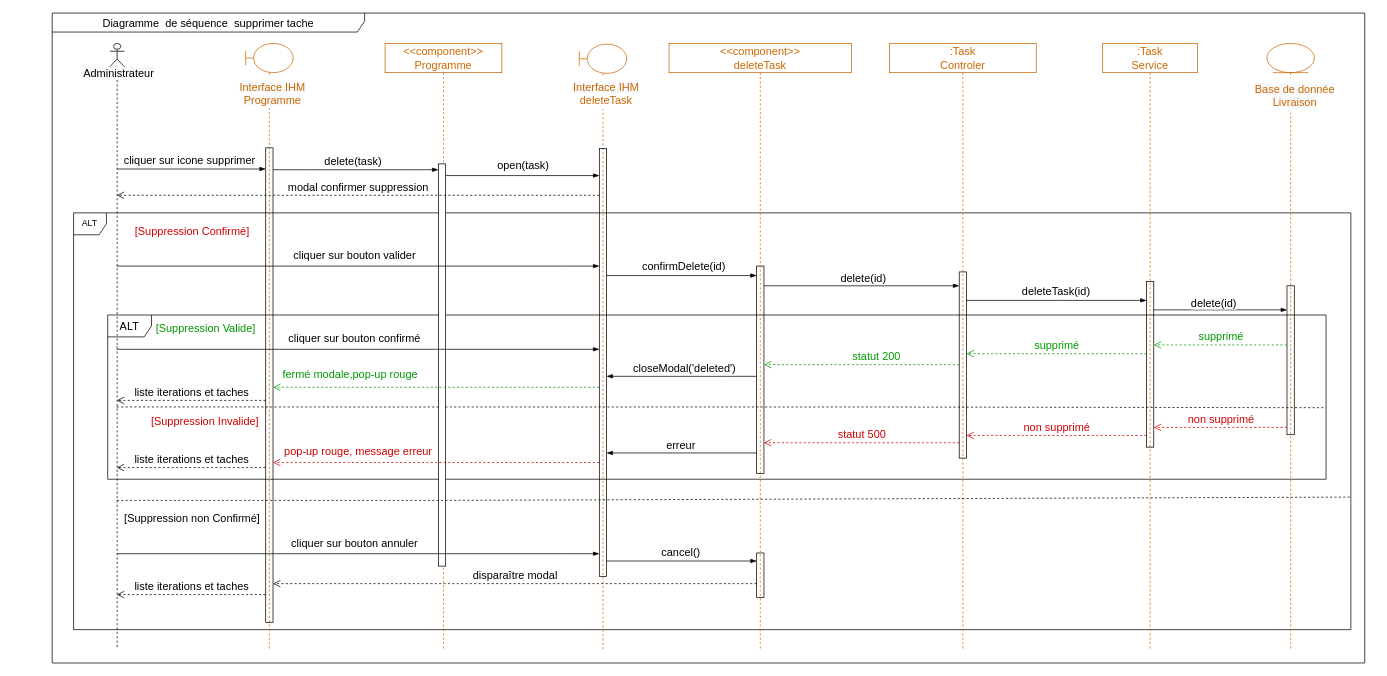
The draw.io diagram page "Page-2" (2 of 2) of Delivery/Iteration&taskDiagrammeSequence.drawio in ZidiMedAmine/UML, before the edit. Source tidied: cells renumbered, new cells numbered last; positions are measured from the earlier drawing's top-left corner, leaving out a move shared by most shapes. Both pictures are drawn from the tidied source at 73%, with x=0, y=0 at pixel (12, 12).
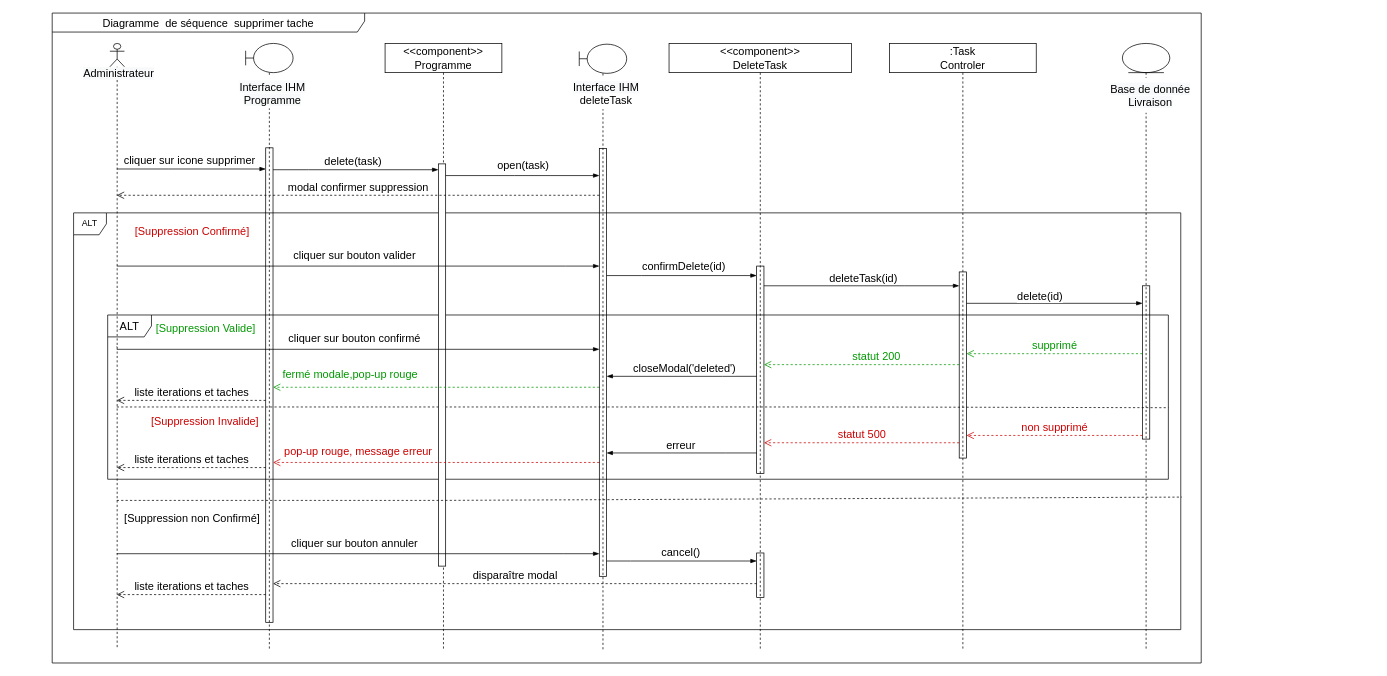
The same diagram, later.

The change refers to these unchanged cells:
```xml
<mxCell id="3" style="group;" parent="1" vertex="1">
  <mxGeometry y="10" width="1866" height="873" as="geometry" />
</mxCell>
<mxCell id="11" style="html=1;points=[];perimeter=orthogonalPerimeter;rounded=0;shadow=0;glass=0;sketch=0;fontSize=15;fillColor=none;" parent="10" vertex="1">
  <mxGeometry x="95.5" y="313" width="10" height="255" as="geometry" />
</mxCell>
<mxCell id="13" style="shape=umlLifeline;participant=umlActor;perimeter=lifelinePerimeter;whiteSpace=wrap;html=1;verticalAlign=top;spacingTop=36;outlineConnect=0;fillColor=none;size=32;sketch=0;shadow=0;rounded=0;glass=0;" parent="1" vertex="1">
  <mxGeometry x="133" y="42" width="20" height="830" as="geometry" />
</mxCell>
<mxCell id="52" style="edgeStyle=elbowEdgeStyle;fontSize=12;html=1;endArrow=blockThin;endFill=1;rounded=0;fontColor=#000000;" parent="1" edge="1" source="7" target="11">
  <mxGeometry relative="1" as="geometry">
    <Array as="points">
      <mxPoint x="1222" y="374" />
      <mxPoint x="1245" y="413" />
    </Array>
  </mxGeometry>
</mxCell>
```

What changed in the source:
```diff
@@
     <mxCell id="2" value="Diagramme&amp;nbsp; de séquence&amp;nbsp;&amp;nbsp;&lt;span style=&quot;font-size: 11.5pt; line-height: 150%; font-family: Helvetica, sans-serif; background: white;&quot;&gt;supprimer&amp;nbsp;&lt;/span&gt;tache" style="shape=umlFrame;whiteSpace=wrap;html=1;rounded=0;shadow=0;glass=0;sketch=0;fontSize=15;fillColor=none;width=428;height=26;" parent="1" vertex="1">
-      <mxGeometry x="54" y="0.4" width="1798" height="890.3" as="geometry" />
+      <mxGeometry x="54" y="0.4" width="1574" height="890.3" as="geometry" />
     </mxCell>
@@
     <mxCell id="4" value="ALT" style="shape=umlFrame;whiteSpace=wrap;html=1;width=45;height=30;" parent="3" vertex="1">
-      <mxGeometry x="83.3" y="264.1" width="1749.7" height="570.9" as="geometry" />
+      <mxGeometry x="83.3" y="264.1" width="1516.7" height="570.9" as="geometry" />
     </mxCell>
@@
     <mxCell id="9" value="ALT" style="shape=umlFrame;whiteSpace=wrap;html=1;fontSize=15;fontColor=#000000;fillColor=none;" parent="1" vertex="1">
-      <mxGeometry x="130" y="414" width="1669" height="225" as="geometry" />
+      <mxGeometry x="130" y="414" width="1453" height="225" as="geometry" />
     </mxCell>
-    <mxCell id="10" value=":Task&lt;br&gt;Controler" style="shape=umlLifeline;perimeter=lifelinePerimeter;whiteSpace=wrap;html=1;rounded=0;shadow=0;glass=0;sketch=0;fillColor=none;fontSize=15;fontColor=#CC6600;strokeColor=#CC6600;" parent="1" vertex="1">
+    <mxCell id="10" value=":Task&lt;br&gt;Controler" style="shape=umlLifeline;perimeter=lifelinePerimeter;whiteSpace=wrap;html=1;rounded=0;shadow=0;glass=0;sketch=0;fillColor=none;fontSize=15;fontColor=default;strokeColor=default;" parent="1" vertex="1">
       <mxGeometry x="1201" y="42" width="201" height="830" as="geometry" />
     </mxCell>
@@
     <mxCell id="12" style="rounded=0;jettySize=auto;html=1;fontSize=15;fontColor=#000000;strokeColor=#000000;endArrow=none;endFill=0;dashed=1;" parent="1" edge="1" source="13">
       <mxGeometry relative="1" as="geometry">
-        <mxPoint x="1799" y="541" as="targetPoint" />
+        <mxPoint x="1583" y="541" as="targetPoint" />
         <Array as="points">
           <mxPoint x="1160" y="540" />
         </Array>
       </mxGeometry>
     </mxCell>
@@
-    <mxCell id="15" value=":Task&lt;br&gt;Service" style="shape=umlLifeline;perimeter=lifelinePerimeter;whiteSpace=wrap;html=1;rounded=0;shadow=0;glass=0;sketch=0;fillColor=none;fontSize=15;fontColor=#CC6600;strokeColor=#CC6600;" parent="1" vertex="1">
-      <mxGeometry x="1493" y="42" width="130" height="830" as="geometry" />
-    </mxCell>
-    <mxCell id="16" style="html=1;points=[];perimeter=orthogonalPerimeter;rounded=0;shadow=0;glass=0;sketch=0;fontSize=15;fillColor=none;" parent="15" vertex="1">
-      <mxGeometry x="60" y="326" width="10" height="227" as="geometry" />
-    </mxCell>
-    <mxCell id="17" style="shape=umlLifeline;participant=umlEntity;perimeter=lifelinePerimeter;whiteSpace=wrap;html=1;verticalAlign=top;spacingTop=36;rounded=0;shadow=0;glass=0;sketch=0;fontSize=15;fillColor=none;fontColor=#CC6600;strokeColor=#CC6600;" parent="1" vertex="1">
-      <mxGeometry x="1718" y="42" width="65" height="830" as="geometry" />
+    <mxCell id="17" style="shape=umlLifeline;participant=umlEntity;perimeter=lifelinePerimeter;whiteSpace=wrap;html=1;verticalAlign=top;spacingTop=36;rounded=0;shadow=0;glass=0;sketch=0;fontSize=15;fillColor=none;fontColor=default;strokeColor=default;" parent="1" vertex="1">
+      <mxGeometry x="1520" y="42" width="65" height="830" as="geometry" />
     </mxCell>
     <mxCell id="18" style="html=1;points=[];perimeter=orthogonalPerimeter;rounded=0;shadow=0;glass=0;sketch=0;fontSize=15;fillColor=none;" parent="17" vertex="1">
-      <mxGeometry x="27.5" y="332" width="10" height="204" as="geometry" />
+      <mxGeometry x="27.5" y="332" width="10" height="210" as="geometry" />
     </mxCell>
-    <mxCell id="19" value="&lt;span style=&quot;font-family: Helvetica; font-size: 15px; font-style: normal; font-variant-ligatures: normal; font-variant-caps: normal; font-weight: 400; letter-spacing: normal; orphans: 2; text-indent: 0px; text-transform: none; widows: 2; word-spacing: 0px; -webkit-text-stroke-width: 0px; background-color: rgb(248, 249, 250); text-decoration-thickness: initial; text-decoration-style: initial; text-decoration-color: initial; float: none; display: inline !important;&quot;&gt;Base de donnée&lt;br&gt;Livraison&lt;br&gt;&lt;/span&gt;" style="text;whiteSpace=wrap;html=1;fontSize=15;align=center;fillColor=default;fontColor=#CC6600;" parent="17" vertex="1">
+    <mxCell id="19" value="&lt;span style=&quot;font-family: Helvetica; font-size: 15px; font-style: normal; font-variant-ligatures: normal; font-variant-caps: normal; font-weight: 400; letter-spacing: normal; orphans: 2; text-indent: 0px; text-transform: none; widows: 2; word-spacing: 0px; -webkit-text-stroke-width: 0px; background-color: rgb(248, 249, 250); text-decoration-thickness: initial; text-decoration-style: initial; text-decoration-color: initial; float: none; display: inline !important;&quot;&gt;Base de donnée&lt;br&gt;Livraison&lt;br&gt;&lt;/span&gt;" style="text;whiteSpace=wrap;html=1;fontSize=15;align=center;fillColor=default;fontColor=default;" parent="17" vertex="1">
       <mxGeometry x="-21" y="47" width="119" height="48" as="geometry" />
     </mxCell>
-    <mxCell id="20" style="shape=umlLifeline;participant=umlBoundary;perimeter=lifelinePerimeter;whiteSpace=wrap;html=1;verticalAlign=top;spacingTop=36;rounded=0;shadow=0;glass=0;sketch=0;fontSize=15;fillColor=none;fontColor=#CC6600;strokeColor=#CC6600;" parent="1" vertex="1">
+    <mxCell id="20" style="shape=umlLifeline;participant=umlBoundary;perimeter=lifelinePerimeter;whiteSpace=wrap;html=1;verticalAlign=top;spacingTop=36;rounded=0;shadow=0;glass=0;sketch=0;fontSize=15;fillColor=none;fontColor=#CC6600;strokeColor=default;" parent="1" vertex="1">
       <mxGeometry x="319" y="42" width="65" height="830" as="geometry" />
     </mxCell>
-    <mxCell id="21" value="&lt;span style=&quot;font-family: Helvetica; font-size: 15px; font-style: normal; font-variant-ligatures: normal; font-variant-caps: normal; font-weight: 400; letter-spacing: normal; orphans: 2; text-indent: 0px; text-transform: none; widows: 2; word-spacing: 0px; -webkit-text-stroke-width: 0px; background-color: rgb(248, 249, 250); text-decoration-thickness: initial; text-decoration-style: initial; text-decoration-color: initial; float: none; display: inline !important;&quot;&gt;Interface IHM&lt;/span&gt;&lt;br style=&quot;font-family: Helvetica; font-size: 15px; font-style: normal; font-variant-ligatures: normal; font-variant-caps: normal; font-weight: 400; letter-spacing: normal; orphans: 2; text-indent: 0px; text-transform: none; widows: 2; word-spacing: 0px; -webkit-text-stroke-width: 0px; background-color: rgb(248, 249, 250); text-decoration-thickness: initial; text-decoration-style: initial; text-decoration-color: initial;&quot;&gt;&lt;span style=&quot;font-family: Helvetica; font-size: 15px; font-style: normal; font-variant-ligatures: normal; font-variant-caps: normal; font-weight: 400; letter-spacing: normal; orphans: 2; text-indent: 0px; text-transform: none; widows: 2; word-spacing: 0px; -webkit-text-stroke-width: 0px; background-color: rgb(248, 249, 250); text-decoration-thickness: initial; text-decoration-style: initial; text-decoration-color: initial; float: none; display: inline !important;&quot;&gt;Programme&lt;/span&gt;" style="text;whiteSpace=wrap;html=1;fontSize=15;align=center;fillColor=default;fontColor=#CC6600;" parent="20" vertex="1">
+    <mxCell id="21" value="&lt;span style=&quot;font-family: Helvetica; font-size: 15px; font-style: normal; font-variant-ligatures: normal; font-variant-caps: normal; font-weight: 400; letter-spacing: normal; orphans: 2; text-indent: 0px; text-transform: none; widows: 2; word-spacing: 0px; -webkit-text-stroke-width: 0px; background-color: rgb(248, 249, 250); text-decoration-thickness: initial; text-decoration-style: initial; text-decoration-color: initial; float: none; display: inline !important;&quot;&gt;Interface IHM&lt;/span&gt;&lt;br style=&quot;font-family: Helvetica; font-size: 15px; font-style: normal; font-variant-ligatures: normal; font-variant-caps: normal; font-weight: 400; letter-spacing: normal; orphans: 2; text-indent: 0px; text-transform: none; widows: 2; word-spacing: 0px; -webkit-text-stroke-width: 0px; background-color: rgb(248, 249, 250); text-decoration-thickness: initial; text-decoration-style: initial; text-decoration-color: initial;&quot;&gt;&lt;span style=&quot;font-family: Helvetica; font-size: 15px; font-style: normal; font-variant-ligatures: normal; font-variant-caps: normal; font-weight: 400; letter-spacing: normal; orphans: 2; text-indent: 0px; text-transform: none; widows: 2; word-spacing: 0px; -webkit-text-stroke-width: 0px; background-color: rgb(248, 249, 250); text-decoration-thickness: initial; text-decoration-style: initial; text-decoration-color: initial; float: none; display: inline !important;&quot;&gt;Programme&lt;/span&gt;" style="text;whiteSpace=wrap;html=1;fontSize=15;align=center;fillColor=default;fontColor=default;" parent="20" vertex="1">
       <mxGeometry x="-24" y="44" width="122" height="45" as="geometry" />
     </mxCell>
@@
-    <mxCell id="25" style="edgeStyle=elbowEdgeStyle;fontSize=12;html=1;endArrow=blockThin;endFill=1;rounded=0;" parent="1" edge="1" source="11" target="16">
-      <mxGeometry relative="1" as="geometry">
-        <Array as="points">
-          <mxPoint x="1434" y="394" />
-          <mxPoint x="1424" y="450" />
-          <mxPoint x="1399" y="241" />
-          <mxPoint x="1248" y="226" />
-          <mxPoint x="1173" y="255" />
-        </Array>
-      </mxGeometry>
-    </mxCell>
-    <mxCell id="26" value="deleteTask(id)" style="edgeLabel;html=1;align=center;verticalAlign=middle;fontSize=15;" parent="25" vertex="1">
-      <mxGeometry x="0.12" relative="1" as="geometry">
-        <mxPoint x="-16" y="-14" as="offset" />
-      </mxGeometry>
-    </mxCell>
-    <mxCell id="27" style="edgeStyle=elbowEdgeStyle;fontSize=12;html=1;endArrow=blockThin;endFill=1;rounded=0;" parent="1" edge="1" source="16" target="18">
+    <mxCell id="27" style="edgeStyle=elbowEdgeStyle;fontSize=12;html=1;endArrow=blockThin;endFill=1;rounded=0;" parent="1" edge="1" source="11" target="18">
       <mxGeometry relative="1" as="geometry">
         <Array as="points">
-          <mxPoint x="1739" y="407" />
+          <mxPoint x="1432" y="398" />
           <mxPoint x="1706" y="464" />
           <mxPoint x="1615" y="475" />
           <mxPoint x="1412" y="251" />
         </Array>
       </mxGeometry>
     </mxCell>
@@
-    <mxCell id="29" value="&lt;font color=&quot;#009900&quot;&gt;supprimé&lt;/font&gt;" style="html=1;verticalAlign=bottom;endArrow=open;dashed=1;endSize=8;rounded=0;fontSize=15;strokeColor=#009900;" parent="1" edge="1" source="18" target="16">
-      <mxGeometry relative="1" as="geometry">
-        <Array as="points">
-          <mxPoint x="1720" y="455" />
-        </Array>
-      </mxGeometry>
-    </mxCell>
-    <mxCell id="30" value="&lt;span style=&quot;color: rgb(0, 153, 0);&quot;&gt;supprimé&lt;/span&gt;" style="html=1;verticalAlign=bottom;endArrow=open;dashed=1;endSize=8;rounded=0;fontSize=15;strokeColor=#009900;" parent="1" edge="1" source="16" target="11">
+    <mxCell id="30" value="&lt;span style=&quot;color: rgb(0, 153, 0);&quot;&gt;supprimé&lt;/span&gt;" style="html=1;verticalAlign=bottom;endArrow=open;dashed=1;endSize=8;rounded=0;fontSize=15;strokeColor=#009900;" parent="1" edge="1" source="18" target="11">
       <mxGeometry relative="1" as="geometry">
         <Array as="points">
           <mxPoint x="1506" y="467" />
         </Array>
       </mxGeometry>
     </mxCell>
-    <mxCell id="31" value="&amp;lt;&amp;lt;component&amp;gt;&amp;gt;&lt;br&gt;Programme" style="shape=umlLifeline;perimeter=lifelinePerimeter;whiteSpace=wrap;html=1;rounded=0;shadow=0;glass=0;sketch=0;fillColor=none;fontSize=15;fontColor=#CC6600;strokeColor=#CC6600;" parent="1" vertex="1">
+    <mxCell id="31" value="&amp;lt;&amp;lt;component&amp;gt;&amp;gt;&lt;br&gt;Programme" style="shape=umlLifeline;perimeter=lifelinePerimeter;whiteSpace=wrap;html=1;rounded=0;shadow=0;glass=0;sketch=0;fillColor=none;fontSize=15;fontColor=default;strokeColor=default;" parent="1" vertex="1">
       <mxGeometry x="510" y="42" width="160" height="830" as="geometry" />
     </mxCell>
@@
-    <mxCell id="37" value="&lt;font color=&quot;#cc0000&quot;&gt;non supprimé&lt;/font&gt;" style="html=1;verticalAlign=bottom;endArrow=open;dashed=1;endSize=8;rounded=0;fontSize=15;fontColor=#000000;strokeColor=#CC0000;" parent="1" edge="1" source="18" target="16">
-      <mxGeometry relative="1" as="geometry">
-        <Array as="points">
-          <mxPoint x="1726" y="568" />
-        </Array>
-      </mxGeometry>
-    </mxCell>
-    <mxCell id="38" value="&lt;span style=&quot;color: rgb(204, 0, 0);&quot;&gt;non supprimé&lt;/span&gt;" style="html=1;verticalAlign=bottom;endArrow=open;dashed=1;endSize=8;rounded=0;fontSize=15;fontColor=#000000;strokeColor=#CC0000;" parent="1" edge="1" source="16" target="11">
+    <mxCell id="38" value="&lt;span style=&quot;color: rgb(204, 0, 0);&quot;&gt;non supprimé&lt;/span&gt;" style="html=1;verticalAlign=bottom;endArrow=open;dashed=1;endSize=8;rounded=0;fontSize=15;fontColor=#000000;strokeColor=#CC0000;" parent="1" edge="1" source="18" target="11">
       <mxGeometry relative="1" as="geometry">
         <Array as="points">
           <mxPoint x="1516" y="579" />
         </Array>
       </mxGeometry>
     </mxCell>
@@
-    <mxCell id="42" style="shape=umlLifeline;participant=umlBoundary;perimeter=lifelinePerimeter;whiteSpace=wrap;html=1;verticalAlign=top;spacingTop=36;rounded=0;shadow=0;glass=0;sketch=0;fontSize=15;fillColor=none;fontColor=#CC6600;strokeColor=#CC6600;" parent="1" vertex="1">
+    <mxCell id="42" style="shape=umlLifeline;participant=umlBoundary;perimeter=lifelinePerimeter;whiteSpace=wrap;html=1;verticalAlign=top;spacingTop=36;rounded=0;shadow=0;glass=0;sketch=0;fontSize=15;fillColor=none;fontColor=#CC6600;strokeColor=default;" parent="1" vertex="1">
       <mxGeometry x="776" y="43" width="65" height="830" as="geometry" />
     </mxCell>
-    <mxCell id="43" value="&lt;span style=&quot;font-family: Helvetica; font-size: 15px; font-style: normal; font-variant-ligatures: normal; font-variant-caps: normal; font-weight: 400; letter-spacing: normal; orphans: 2; text-indent: 0px; text-transform: none; widows: 2; word-spacing: 0px; -webkit-text-stroke-width: 0px; background-color: rgb(248, 249, 250); text-decoration-thickness: initial; text-decoration-style: initial; text-decoration-color: initial; float: none; display: inline !important;&quot;&gt;Interface IHM&lt;/span&gt;&lt;br style=&quot;font-family: Helvetica; font-size: 15px; font-style: normal; font-variant-ligatures: normal; font-variant-caps: normal; font-weight: 400; letter-spacing: normal; orphans: 2; text-indent: 0px; text-transform: none; widows: 2; word-spacing: 0px; -webkit-text-stroke-width: 0px; background-color: rgb(248, 249, 250); text-decoration-thickness: initial; text-decoration-style: initial; text-decoration-color: initial;&quot;&gt;deleteTask" style="text;whiteSpace=wrap;html=1;fontSize=15;align=center;fillColor=default;fontColor=#CC6600;" parent="42" vertex="1">
+    <mxCell id="43" value="&lt;span style=&quot;font-family: Helvetica; font-size: 15px; font-style: normal; font-variant-ligatures: normal; font-variant-caps: normal; font-weight: 400; letter-spacing: normal; orphans: 2; text-indent: 0px; text-transform: none; widows: 2; word-spacing: 0px; -webkit-text-stroke-width: 0px; background-color: rgb(248, 249, 250); text-decoration-thickness: initial; text-decoration-style: initial; text-decoration-color: initial; float: none; display: inline !important;&quot;&gt;Interface IHM&lt;/span&gt;&lt;br style=&quot;font-family: Helvetica; font-size: 15px; font-style: normal; font-variant-ligatures: normal; font-variant-caps: normal; font-weight: 400; letter-spacing: normal; orphans: 2; text-indent: 0px; text-transform: none; widows: 2; word-spacing: 0px; -webkit-text-stroke-width: 0px; background-color: rgb(248, 249, 250); text-decoration-thickness: initial; text-decoration-style: initial; text-decoration-color: initial;&quot;&gt;deleteTask" style="text;whiteSpace=wrap;html=1;fontSize=15;align=center;fillColor=default;fontColor=default;" parent="42" vertex="1">
       <mxGeometry x="-24" y="44" width="122" height="45" as="geometry" />
     </mxCell>
@@
-    <mxCell id="45" value="&amp;lt;&amp;lt;component&amp;gt;&amp;gt;&lt;br&gt;deleteTask" style="shape=umlLifeline;perimeter=lifelinePerimeter;whiteSpace=wrap;html=1;rounded=0;shadow=0;glass=0;sketch=0;fillColor=none;fontSize=15;fontColor=#CC6600;strokeColor=#CC6600;" parent="1" vertex="1">
+    <mxCell id="45" value="&amp;lt;&amp;lt;component&amp;gt;&amp;gt;&lt;br&gt;DeleteTask" style="shape=umlLifeline;perimeter=lifelinePerimeter;whiteSpace=wrap;html=1;rounded=0;shadow=0;glass=0;sketch=0;fillColor=none;fontSize=15;fontColor=default;strokeColor=default;" parent="1" vertex="1">
       <mxGeometry x="899" y="42" width="250" height="830" as="geometry" />
     </mxCell>
@@
-    <mxCell id="53" value="delete(id)" style="edgeLabel;html=1;align=center;verticalAlign=middle;fontSize=15;fontColor=#000000;" parent="52" vertex="1">
+    <mxCell id="53" value="deleteTask(id)" style="edgeLabel;html=1;align=center;verticalAlign=middle;fontSize=15;fontColor=#000000;" parent="52" vertex="1">
       <mxGeometry x="-0.03" relative="1" as="geometry">
         <mxPoint x="5" y="-12" as="offset" />
       </mxGeometry>
     </mxCell>
```
